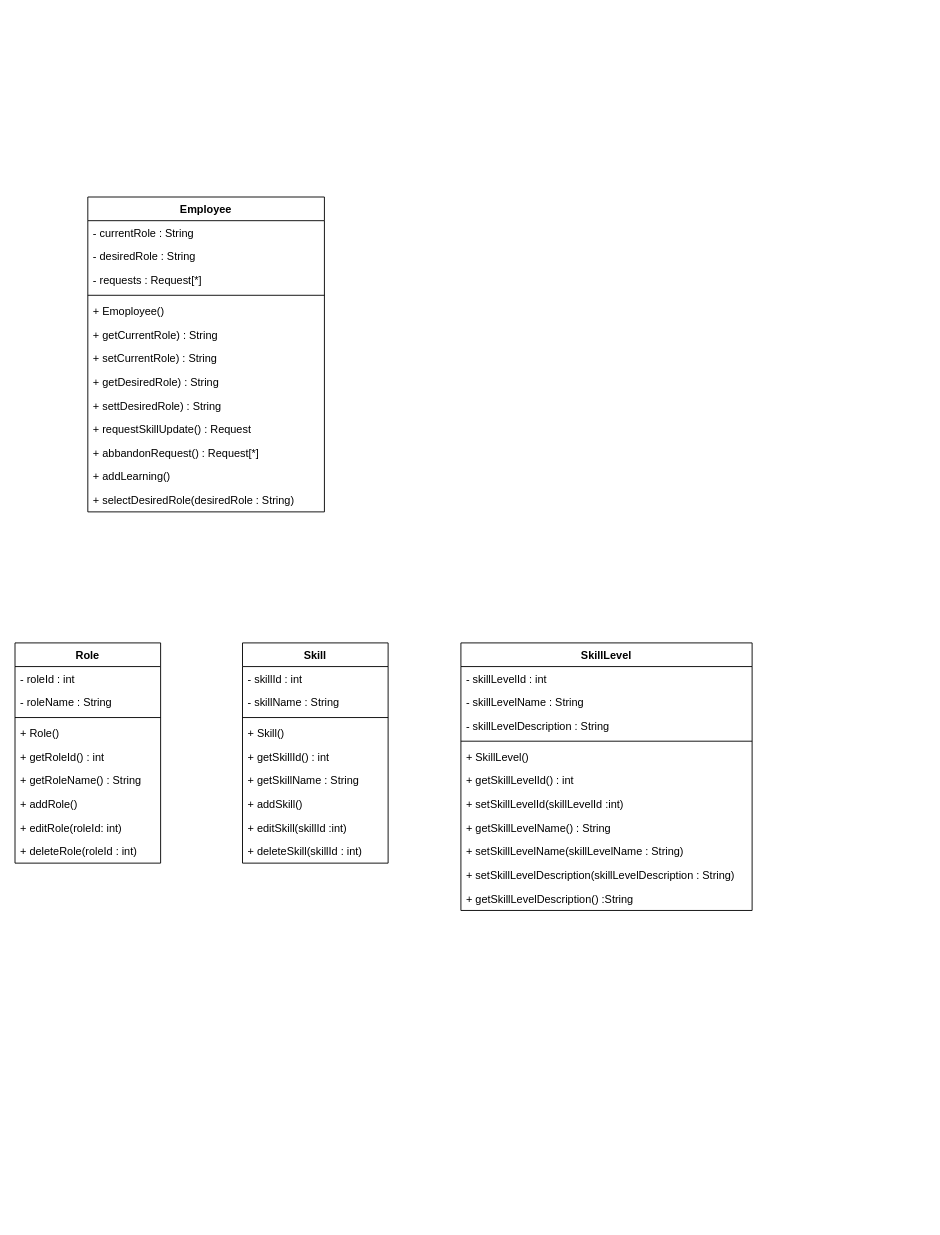
learningCurve89/WorkBasedPortfolios keeps this draw.io diagram as SelectRoleClassDiagram.drawio. Above is the earlier version. Source tidied: cells renumbered, new cells numbered last; positions are measured from the earlier drawing's top-left corner, leaving out a move shared by most shapes. Both pictures are drawn from the tidied source at 91%, with x=0, y=0 at pixel (15, 197).
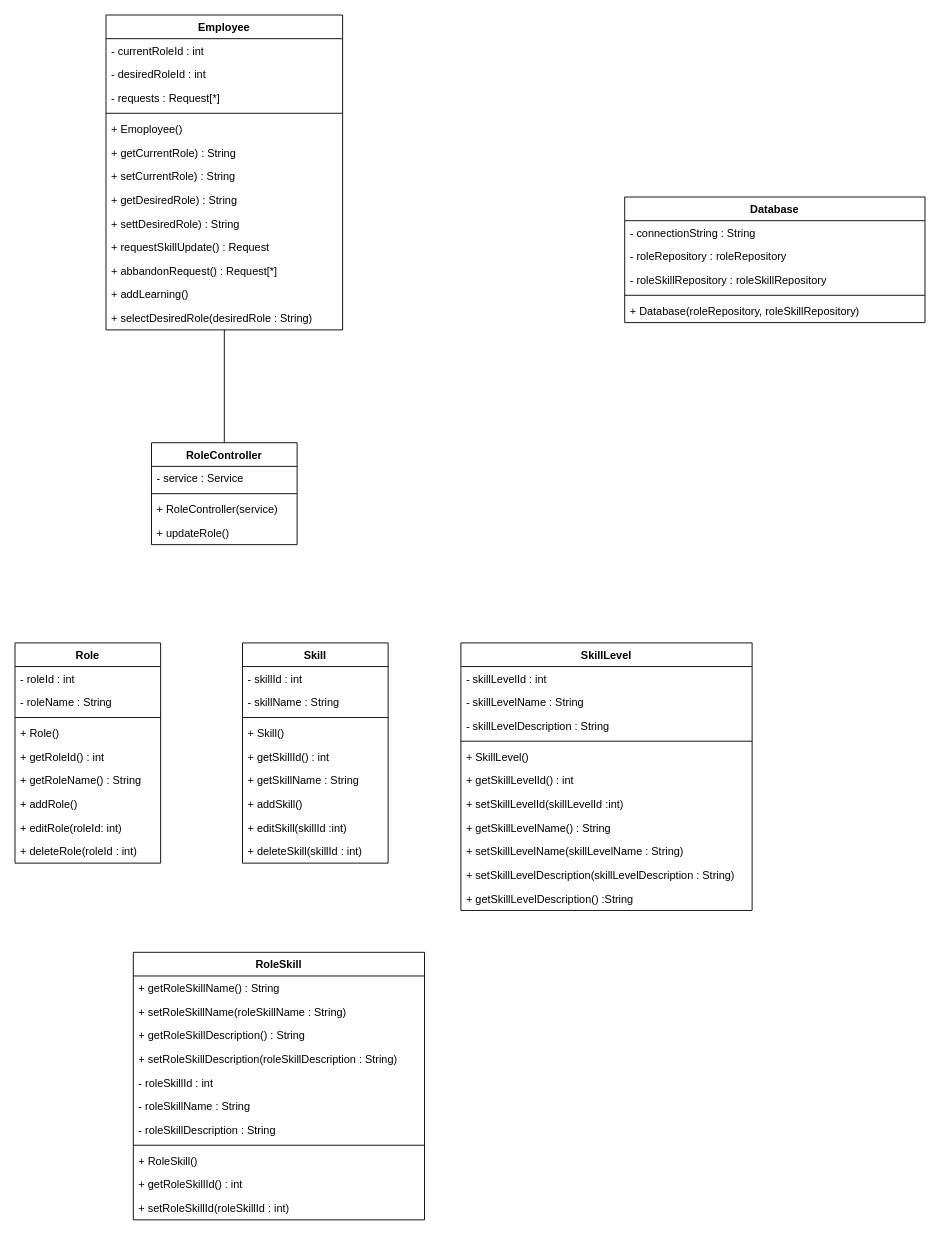
The same diagram, later.

Change to the diagram source:
```diff
@@
+    <mxCell id="48" style="edgeStyle=orthogonalEdgeStyle;rounded=0;jettySize=auto;html=1;entryX=0.5;entryY=0;entryDx=0;entryDy=0;endArrow=none;endFill=0;" parent="1" edge="1" source="2" target="61">
+      <mxGeometry relative="1" as="geometry" />
+    </mxCell>
     <mxCell id="2" value="Employee" style="swimlane;fontStyle=1;align=center;verticalAlign=top;horizontal=1;startSize=26;" parent="1" vertex="1">
-      <mxGeometry x="80" width="260" height="346" as="geometry" />
+      <mxGeometry x="100" y="-200" width="260" height="346" as="geometry" />
     </mxCell>
-    <mxCell id="3" value="- currentRole : String" style="text;strokeColor=none;fillColor=none;align=left;verticalAlign=top;spacingLeft=4;spacingRight=4;overflow=hidden;" parent="2" vertex="1">
+    <mxCell id="3" value="- currentRoleId : int" style="text;strokeColor=none;fillColor=none;align=left;verticalAlign=top;spacingLeft=4;spacingRight=4;overflow=hidden;" parent="2" vertex="1">
       <mxGeometry y="26" width="260" height="26" as="geometry" />
     </mxCell>
-    <mxCell id="4" value="- desiredRole : String" style="text;strokeColor=none;fillColor=none;align=left;verticalAlign=top;spacingLeft=4;spacingRight=4;overflow=hidden;" parent="2" vertex="1">
+    <mxCell id="4" value="- desiredRoleId : int" style="text;strokeColor=none;fillColor=none;align=left;verticalAlign=top;spacingLeft=4;spacingRight=4;overflow=hidden;" parent="2" vertex="1">
       <mxGeometry y="52" width="260" height="26" as="geometry" />
     </mxCell>
@@
+    <mxCell id="49" value="RoleSkill" style="swimlane;fontStyle=1;align=center;verticalAlign=top;horizontal=1;startSize=26;" parent="1" vertex="1">
+      <mxGeometry x="130" y="830" width="320" height="294" as="geometry" />
+    </mxCell>
+    <mxCell id="50" value="+ getRoleSkillName() : String" style="text;strokeColor=none;fillColor=none;align=left;verticalAlign=top;spacingLeft=4;spacingRight=4;overflow=hidden;" parent="49" vertex="1">
+      <mxGeometry y="26" width="320" height="26" as="geometry" />
+    </mxCell>
+    <mxCell id="51" value="+ setRoleSkillName(roleSkillName : String)" style="text;strokeColor=none;fillColor=none;align=left;verticalAlign=top;spacingLeft=4;spacingRight=4;overflow=hidden;" parent="49" vertex="1">
+      <mxGeometry y="52" width="320" height="26" as="geometry" />
+    </mxCell>
+    <mxCell id="52" value="+ getRoleSkillDescription() : String" style="text;strokeColor=none;fillColor=none;align=left;verticalAlign=top;spacingLeft=4;spacingRight=4;overflow=hidden;" parent="49" vertex="1">
+      <mxGeometry y="78" width="320" height="26" as="geometry" />
+    </mxCell>
+    <mxCell id="53" value="+ setRoleSkillDescription(roleSkillDescription : String)" style="text;strokeColor=none;fillColor=none;align=left;verticalAlign=top;spacingLeft=4;spacingRight=4;overflow=hidden;" parent="49" vertex="1">
+      <mxGeometry y="104" width="320" height="26" as="geometry" />
+    </mxCell>
+    <mxCell id="54" value="- roleSkillId : int" style="text;strokeColor=none;fillColor=none;align=left;verticalAlign=top;spacingLeft=4;spacingRight=4;overflow=hidden;" parent="49" vertex="1">
+      <mxGeometry y="130" width="320" height="26" as="geometry" />
+    </mxCell>
+    <mxCell id="55" value="- roleSkillName : String" style="text;strokeColor=none;fillColor=none;align=left;verticalAlign=top;spacingLeft=4;spacingRight=4;overflow=hidden;" parent="49" vertex="1">
+      <mxGeometry y="156" width="320" height="26" as="geometry" />
+    </mxCell>
+    <mxCell id="56" value="- roleSkillDescription : String" style="text;strokeColor=none;fillColor=none;align=left;verticalAlign=top;spacingLeft=4;spacingRight=4;overflow=hidden;" parent="49" vertex="1">
+      <mxGeometry y="182" width="320" height="26" as="geometry" />
+    </mxCell>
+    <mxCell id="57" style="line;strokeWidth=1;fillColor=none;align=left;verticalAlign=middle;spacingTop=-1;spacingLeft=3;spacingRight=3;labelPosition=right;" parent="49" vertex="1">
+      <mxGeometry y="208" width="320" height="8" as="geometry" />
+    </mxCell>
+    <mxCell id="58" value="+ RoleSkill()" style="text;strokeColor=none;fillColor=none;align=left;verticalAlign=top;spacingLeft=4;spacingRight=4;overflow=hidden;" parent="49" vertex="1">
+      <mxGeometry y="216" width="320" height="26" as="geometry" />
+    </mxCell>
+    <mxCell id="59" value="+ getRoleSkillId() : int" style="text;strokeColor=none;fillColor=none;align=left;verticalAlign=top;spacingLeft=4;spacingRight=4;overflow=hidden;" parent="49" vertex="1">
+      <mxGeometry y="242" width="320" height="26" as="geometry" />
+    </mxCell>
+    <mxCell id="60" value="+ setRoleSkillId(roleSkillId : int) " style="text;strokeColor=none;fillColor=none;align=left;verticalAlign=top;spacingLeft=4;spacingRight=4;overflow=hidden;" parent="49" vertex="1">
+      <mxGeometry y="268" width="320" height="26" as="geometry" />
+    </mxCell>
+    <mxCell id="61" value="RoleController" style="swimlane;fontStyle=1;align=center;verticalAlign=top;horizontal=1;startSize=26;" parent="1" vertex="1">
+      <mxGeometry x="150" y="270" width="160" height="112" as="geometry" />
+    </mxCell>
+    <mxCell id="62" value="- service : Service" style="text;strokeColor=none;fillColor=none;align=left;verticalAlign=top;spacingLeft=4;spacingRight=4;overflow=hidden;" parent="61" vertex="1">
+      <mxGeometry y="26" width="160" height="26" as="geometry" />
+    </mxCell>
+    <mxCell id="63" style="line;strokeWidth=1;fillColor=none;align=left;verticalAlign=middle;spacingTop=-1;spacingLeft=3;spacingRight=3;labelPosition=right;" parent="61" vertex="1">
+      <mxGeometry y="52" width="160" height="8" as="geometry" />
+    </mxCell>
+    <mxCell id="64" value="+ RoleController(service)" style="text;strokeColor=none;fillColor=none;align=left;verticalAlign=top;spacingLeft=4;spacingRight=4;overflow=hidden;" parent="61" vertex="1">
+      <mxGeometry y="60" width="160" height="26" as="geometry" />
+    </mxCell>
+    <mxCell id="65" value="+ updateRole()" style="text;strokeColor=none;fillColor=none;align=left;verticalAlign=top;spacingLeft=4;spacingRight=4;overflow=hidden;" parent="61" vertex="1">
+      <mxGeometry y="86" width="160" height="26" as="geometry" />
+    </mxCell>
+    <mxCell id="66" value="Database" style="swimlane;fontStyle=1;align=center;verticalAlign=top;horizontal=1;startSize=26;" parent="1" vertex="1">
+      <mxGeometry x="670" width="330" height="138" as="geometry" />
+    </mxCell>
+    <mxCell id="67" value="- connectionString : String" style="text;strokeColor=none;fillColor=none;align=left;verticalAlign=top;spacingLeft=4;spacingRight=4;overflow=hidden;" parent="66" vertex="1">
+      <mxGeometry y="26" width="330" height="26" as="geometry" />
+    </mxCell>
+    <mxCell id="68" value="- roleRepository : roleRepository" style="text;strokeColor=none;fillColor=none;align=left;verticalAlign=top;spacingLeft=4;spacingRight=4;overflow=hidden;" parent="66" vertex="1">
+      <mxGeometry y="52" width="330" height="26" as="geometry" />
+    </mxCell>
+    <mxCell id="69" value="- roleSkillRepository : roleSkillRepository" style="text;strokeColor=none;fillColor=none;align=left;verticalAlign=top;spacingLeft=4;spacingRight=4;overflow=hidden;" parent="66" vertex="1">
+      <mxGeometry y="78" width="330" height="26" as="geometry" />
+    </mxCell>
+    <mxCell id="70" style="line;strokeWidth=1;fillColor=none;align=left;verticalAlign=middle;spacingTop=-1;spacingLeft=3;spacingRight=3;labelPosition=right;" parent="66" vertex="1">
+      <mxGeometry y="104" width="330" height="8" as="geometry" />
+    </mxCell>
+    <mxCell id="71" value="+ Database(roleRepository, roleSkillRepository)" style="text;strokeColor=none;fillColor=none;align=left;verticalAlign=top;spacingLeft=4;spacingRight=4;overflow=hidden;" parent="66" vertex="1">
+      <mxGeometry y="112" width="330" height="26" as="geometry" />
+    </mxCell>
```
